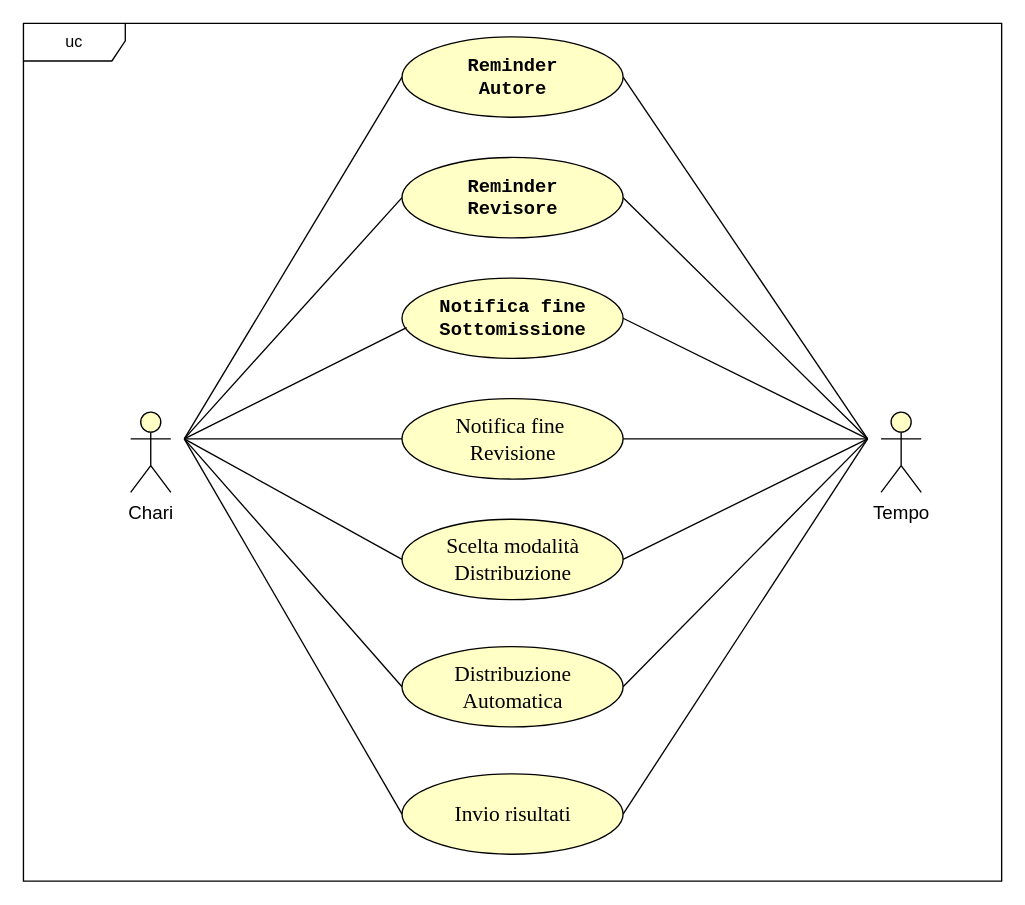
Before: RAD/raw/GestioneScadenze.drawio in Gabro29/IngegneriaSoftware, a draw.io diagram. Source tidied: cells renumbered, new cells numbered last; positions are measured from the earlier drawing's top-left corner, leaving out a move shared by most shapes. Both pictures are drawn from the tidied source at 134%, with x=0, y=0 at pixel (23, 23).
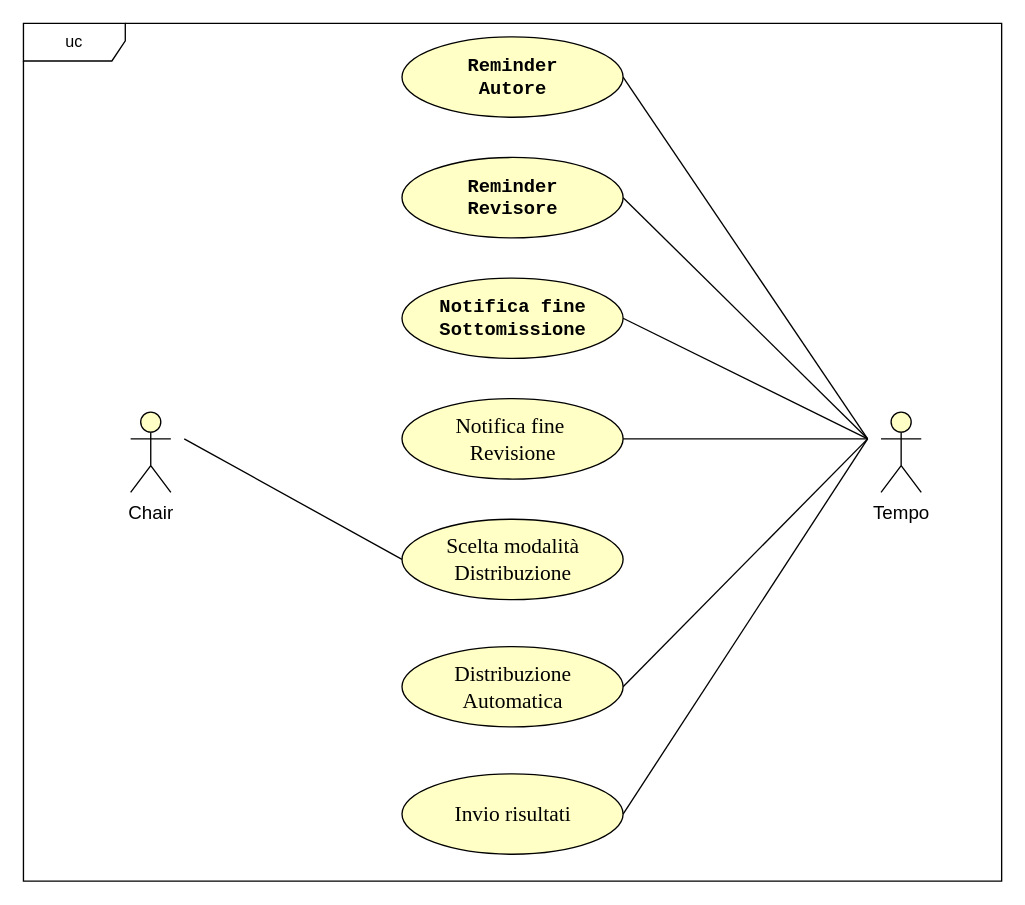
Above is the later version.

Unchanged cells that the change refers to:
```xml
<mxCell id="4" value="&lt;font style=&quot;color: light-dark(rgb(0, 0, 0), rgb(9, 9, 9));&quot; face=&quot;Courier New&quot;&gt;&lt;span style=&quot;font-size: 14px;&quot;&gt;&lt;b style=&quot;&quot;&gt;Reminder&lt;/b&gt;&lt;/span&gt;&lt;/font&gt;&lt;div&gt;&lt;font style=&quot;color: light-dark(rgb(0, 0, 0), rgb(9, 9, 9));&quot; face=&quot;Courier New&quot;&gt;&lt;span style=&quot;font-size: 14px;&quot;&gt;&lt;b style=&quot;&quot;&gt;Revisore&lt;/b&gt;&lt;/span&gt;&lt;/font&gt;&lt;/div&gt;" style="ellipse;whiteSpace=wrap;html=1;fillColor=light-dark(#FFFFC6,#FDF89C);strokeColor=light-dark(#000000,#000000);gradientColor=none;" parent="1" vertex="1">
  <mxGeometry x="282.5" y="100" width="165" height="60" as="geometry" />
</mxCell>
<mxCell id="5" value="&lt;font style=&quot;color: light-dark(rgb(0, 0, 0), rgb(9, 9, 9));&quot; face=&quot;Courier New&quot;&gt;&lt;span style=&quot;font-size: 14px;&quot;&gt;&lt;b style=&quot;&quot;&gt;Reminder&lt;/b&gt;&lt;/span&gt;&lt;/font&gt;&lt;div&gt;&lt;font style=&quot;color: light-dark(rgb(0, 0, 0), rgb(9, 9, 9));&quot; face=&quot;Courier New&quot;&gt;&lt;span style=&quot;font-size: 14px;&quot;&gt;&lt;b style=&quot;&quot;&gt;Autore&lt;/b&gt;&lt;/span&gt;&lt;/font&gt;&lt;/div&gt;" style="ellipse;whiteSpace=wrap;html=1;fillColor=light-dark(#FFFFC6,#FDF89C);strokeColor=light-dark(#000000,#000000);" parent="1" vertex="1">
  <mxGeometry x="282.5" y="10" width="165" height="60" as="geometry" />
</mxCell>
<mxCell id="6" value="&lt;font style=&quot;color: light-dark(rgb(0, 0, 0), rgb(9, 9, 9));&quot; face=&quot;Courier New&quot;&gt;&lt;span style=&quot;font-size: 14px;&quot;&gt;&lt;b style=&quot;&quot;&gt;Notifica fine Sottomissione&lt;/b&gt;&lt;/span&gt;&lt;/font&gt;" style="ellipse;whiteSpace=wrap;html=1;fillColor=light-dark(#FFFFC6,#FDF89C);strokeColor=light-dark(#000000,#000000);" parent="1" vertex="1">
  <mxGeometry x="282.5" y="190" width="165" height="60" as="geometry" />
</mxCell>
<mxCell id="7" value="&lt;span style=&quot;font-size:12.0pt;mso-bidi-font-size:11.0pt;&lt;br/&gt;line-height:107%;font-family:&amp;quot;Times New Roman&amp;quot;,serif;mso-fareast-font-family:&lt;br/&gt;Aptos;mso-fareast-theme-font:minor-latin;mso-bidi-font-family:Arial;mso-bidi-theme-font:&lt;br/&gt;minor-bidi;mso-ansi-language:IT;mso-fareast-language:EN-US;mso-bidi-language:&lt;br/&gt;AR-SA&quot;&gt;&lt;font style=&quot;color: light-dark(rgb(0, 0, 0), rgb(9, 9, 9));&quot;&gt;Notifica fine&amp;nbsp;&lt;/font&gt;&lt;/span&gt;&lt;div&gt;&lt;span style=&quot;font-size:12.0pt;mso-bidi-font-size:11.0pt;&lt;br/&gt;line-height:107%;font-family:&amp;quot;Times New Roman&amp;quot;,serif;mso-fareast-font-family:&lt;br/&gt;Aptos;mso-fareast-theme-font:minor-latin;mso-bidi-font-family:Arial;mso-bidi-theme-font:&lt;br/&gt;minor-bidi;mso-ansi-language:IT;mso-fareast-language:EN-US;mso-bidi-language:&lt;br/&gt;AR-SA&quot;&gt;&lt;font style=&quot;color: light-dark(rgb(0, 0, 0), rgb(9, 9, 9));&quot;&gt;Revisione&lt;/font&gt;&lt;/span&gt;&lt;/div&gt;" style="ellipse;whiteSpace=wrap;html=1;fillColor=light-dark(#FFFFC6,#FDF89C);strokeColor=light-dark(#000000,#000000);" parent="1" vertex="1">
  <mxGeometry x="282.5" y="280" width="165" height="60" as="geometry" />
</mxCell>
<mxCell id="8" value="&lt;span style=&quot;font-size:12.0pt;mso-bidi-font-size:11.0pt;&lt;br/&gt;line-height:107%;font-family:&amp;quot;Times New Roman&amp;quot;,serif;mso-fareast-font-family:&lt;br/&gt;Aptos;mso-fareast-theme-font:minor-latin;mso-bidi-font-family:Arial;mso-bidi-theme-font:&lt;br/&gt;minor-bidi;mso-ansi-language:IT;mso-fareast-language:EN-US;mso-bidi-language:&lt;br/&gt;AR-SA&quot;&gt;&lt;font style=&quot;color: light-dark(rgb(0, 0, 0), rgb(9, 9, 9));&quot;&gt;Scelta modalità Distribuzione&lt;/font&gt;&lt;/span&gt;" style="ellipse;whiteSpace=wrap;html=1;fillColor=light-dark(#FFFFC6,#FDF89C);strokeColor=light-dark(#000000,#000000);" parent="1" vertex="1">
  <mxGeometry x="282.5" y="370" width="165" height="60" as="geometry" />
</mxCell>
<mxCell id="10" value="&lt;span style=&quot;font-size:12.0pt;mso-bidi-font-size:11.0pt;&lt;br/&gt;line-height:107%;font-family:&amp;quot;Times New Roman&amp;quot;,serif;mso-fareast-font-family:&lt;br/&gt;Aptos;mso-fareast-theme-font:minor-latin;mso-bidi-font-family:Arial;mso-bidi-theme-font:&lt;br/&gt;minor-bidi;mso-ansi-language:IT;mso-fareast-language:EN-US;mso-bidi-language:&lt;br/&gt;AR-SA&quot;&gt;&lt;font style=&quot;color: light-dark(rgb(0, 0, 0), rgb(9, 9, 9));&quot;&gt;Invio risultati&lt;/font&gt;&lt;/span&gt;" style="ellipse;whiteSpace=wrap;html=1;fillColor=light-dark(#FFFFC6,#FDF89C);strokeColor=light-dark(#000000,#000000);" parent="1" vertex="1">
  <mxGeometry x="282.5" y="560" width="165" height="60" as="geometry" />
</mxCell>
```

Diff of the diagram source:
```diff
@@
-    <mxCell id="2" value="&lt;font style=&quot;color: light-dark(rgb(0, 0, 0), rgb(0, 0, 0)); font-size: 14px;&quot;&gt;Chari&lt;/font&gt;" style="shape=umlActor;verticalLabelPosition=bottom;verticalAlign=top;html=1;strokeColor=light-dark(#000000,#000000);fillColor=light-dark(#FFFFC6,#FDF89C);" parent="1" vertex="1">
+    <mxCell id="2" value="&lt;font style=&quot;color: light-dark(rgb(0, 0, 0), rgb(0, 0, 0)); font-size: 14px;&quot;&gt;Chair&lt;/font&gt;" style="shape=umlActor;verticalLabelPosition=bottom;verticalAlign=top;html=1;strokeColor=light-dark(#000000,#000000);fillColor=light-dark(#FFFFC6,#FDF89C);" parent="1" vertex="1">
       <mxGeometry x="80" y="290" width="30" height="60" as="geometry" />
     </mxCell>
@@
-    <mxCell id="12" style="endArrow=none;html=1;rounded=0;strokeColor=light-dark(#000000,#000000);endFill=0;strokeWidth=1;startSize=6;jumpSize=6;targetPerimeterSpacing=0;endSize=6;entryX=0;entryY=0.5;entryDx=0;entryDy=0;startFill=0;" parent="1" edge="1" target="5">
-      <mxGeometry relative="1" as="geometry">
-        <mxPoint x="120" y="310" as="sourcePoint" />
-      </mxGeometry>
-    </mxCell>
-    <mxCell id="13" style="endArrow=none;html=1;rounded=0;strokeColor=light-dark(#000000,#000000);endFill=0;strokeWidth=1;startSize=6;jumpSize=6;targetPerimeterSpacing=0;endSize=6;entryX=0;entryY=0.5;entryDx=0;entryDy=0;startFill=0;" parent="1" edge="1" target="4">
-      <mxGeometry relative="1" as="geometry">
-        <mxPoint x="120" y="310" as="sourcePoint" />
-      </mxGeometry>
-    </mxCell>
-    <mxCell id="14" style="endArrow=none;html=1;rounded=0;strokeColor=light-dark(#000000,#000000);endFill=0;strokeWidth=1;startSize=6;jumpSize=6;targetPerimeterSpacing=0;endSize=6;entryX=0.021;entryY=0.617;entryDx=0;entryDy=0;startFill=0;entryPerimeter=0;" parent="1" edge="1" target="6">
-      <mxGeometry relative="1" as="geometry">
-        <mxPoint x="120" y="310" as="sourcePoint" />
-      </mxGeometry>
-    </mxCell>
-    <mxCell id="15" style="endArrow=none;html=1;rounded=0;strokeColor=light-dark(#000000,#000000);endFill=0;strokeWidth=1;startSize=6;jumpSize=6;targetPerimeterSpacing=0;endSize=6;entryX=0;entryY=0.5;entryDx=0;entryDy=0;startFill=0;" parent="1" edge="1" target="7">
-      <mxGeometry relative="1" as="geometry">
-        <mxPoint x="120" y="310" as="sourcePoint" />
-      </mxGeometry>
-    </mxCell>
@@
-    <mxCell id="17" style="endArrow=none;html=1;rounded=0;strokeColor=light-dark(#000000,#000000);endFill=0;strokeWidth=1;startSize=6;jumpSize=6;targetPerimeterSpacing=0;endSize=6;entryX=0;entryY=0.5;entryDx=0;entryDy=0;startFill=0;" parent="1" edge="1">
-      <mxGeometry relative="1" as="geometry">
-        <mxPoint x="120" y="310" as="sourcePoint" />
-        <mxPoint x="282.5" y="495" as="targetPoint" />
-      </mxGeometry>
-    </mxCell>
-    <mxCell id="18" style="endArrow=none;html=1;rounded=0;strokeColor=light-dark(#000000,#000000);endFill=0;strokeWidth=1;startSize=6;jumpSize=6;targetPerimeterSpacing=0;endSize=6;entryX=0;entryY=0.5;entryDx=0;entryDy=0;startFill=0;" parent="1" edge="1" target="10">
-      <mxGeometry relative="1" as="geometry">
-        <mxPoint x="120" y="310" as="sourcePoint" />
-      </mxGeometry>
-    </mxCell>
@@
-    <mxCell id="23" style="endArrow=none;html=1;rounded=0;strokeColor=light-dark(#000000,#000000);endFill=0;strokeWidth=1;startSize=6;jumpSize=6;targetPerimeterSpacing=0;endSize=6;entryX=1;entryY=0.5;entryDx=0;entryDy=0;startFill=0;" parent="1" edge="1" target="8">
-      <mxGeometry relative="1" as="geometry">
-        <mxPoint x="630" y="310" as="sourcePoint" />
-      </mxGeometry>
-    </mxCell>
```
